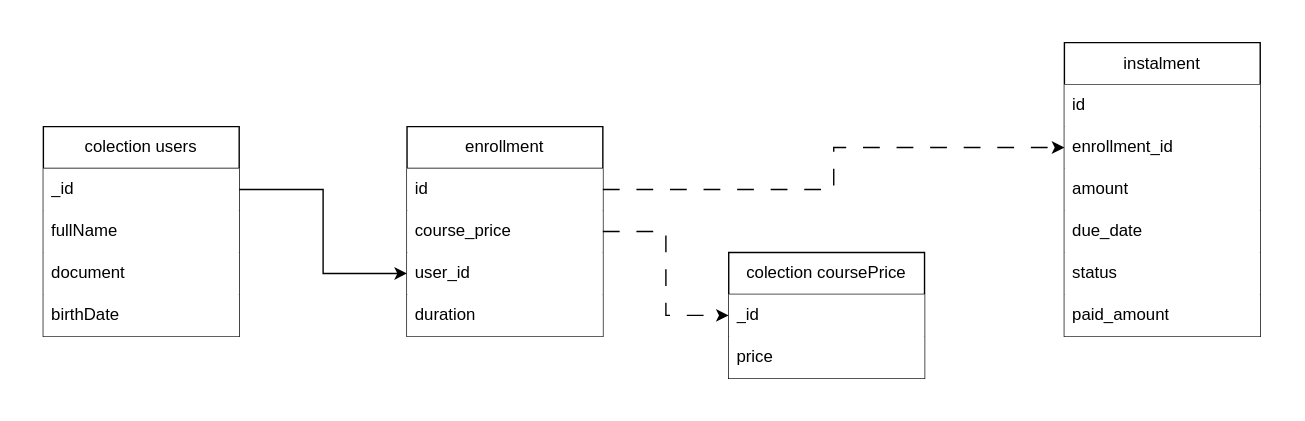
The draw.io diagram docs/er-diagram.svg in lucaselvieira/recruitment-backend-test, before a commit. Source tidied: cells renumbered, new cells last; positions are measured from the earlier drawing's top-left corner, leaving out a move shared by most shapes. The source it was exported from:
```xml
<mxGraphModel>
  <root>
    <mxCell id="0" />
    <mxCell id="1" parent="0" />
    <mxCell id="2" value="enrollment" style="swimlane;fontStyle=0;horizontal=1;startSize=30;whiteSpace=wrap;html=1;fillColor=default;" parent="1" vertex="1">
      <mxGeometry x="260" y="60" width="140" height="150" as="geometry" />
    </mxCell>
    <mxCell id="3" value="id" style="text;strokeColor=none;fillColor=default;align=left;verticalAlign=middle;spacingLeft=4;spacingRight=4;overflow=hidden;points=[[0,0.5],[1,0.5]];portConstraint=eastwest;whiteSpace=wrap;html=1;" parent="2" vertex="1">
      <mxGeometry y="30" width="140" height="30" as="geometry" />
    </mxCell>
    <mxCell id="4" value="course_price" style="text;strokeColor=none;fillColor=default;align=left;verticalAlign=middle;spacingLeft=4;spacingRight=4;overflow=hidden;points=[[0,0.5],[1,0.5]];portConstraint=eastwest;whiteSpace=wrap;html=1;" parent="2" vertex="1">
      <mxGeometry y="60" width="140" height="30" as="geometry" />
    </mxCell>
    <mxCell id="5" value="user_id" style="text;strokeColor=none;fillColor=default;align=left;verticalAlign=middle;spacingLeft=4;spacingRight=4;overflow=hidden;points=[[0,0.5],[1,0.5]];portConstraint=eastwest;whiteSpace=wrap;html=1;" parent="2" vertex="1">
      <mxGeometry y="90" width="140" height="30" as="geometry" />
    </mxCell>
    <mxCell id="6" value="duration" style="text;strokeColor=none;fillColor=default;align=left;verticalAlign=middle;spacingLeft=4;spacingRight=4;overflow=hidden;whiteSpace=wrap;html=1;" parent="2" vertex="1">
      <mxGeometry y="120" width="140" height="30" as="geometry" />
    </mxCell>
    <mxCell id="7" value="colection users" style="swimlane;fontStyle=0;horizontal=1;startSize=30;whiteSpace=wrap;html=1;fillColor=default;" parent="1" vertex="1">
      <mxGeometry y="60" width="140" height="150" as="geometry" />
    </mxCell>
    <mxCell id="8" value="_id" style="text;strokeColor=none;fillColor=default;align=left;verticalAlign=middle;spacingLeft=4;spacingRight=4;overflow=hidden;points=[[0,0.5],[1,0.5]];portConstraint=eastwest;whiteSpace=wrap;html=1;" parent="7" vertex="1">
      <mxGeometry y="30" width="140" height="30" as="geometry" />
    </mxCell>
    <mxCell id="9" value="fullN&lt;span style=&quot;background-color: transparent; color: light-dark(rgb(0, 0, 0), rgb(255, 255, 255));&quot;&gt;ame&lt;/span&gt;" style="text;strokeColor=none;fillColor=default;align=left;verticalAlign=middle;spacingLeft=4;spacingRight=4;overflow=hidden;whiteSpace=wrap;html=1;" parent="7" vertex="1">
      <mxGeometry y="60" width="140" height="30" as="geometry" />
    </mxCell>
    <mxCell id="10" value="document" style="text;strokeColor=none;fillColor=default;align=left;verticalAlign=middle;spacingLeft=4;spacingRight=4;overflow=hidden;whiteSpace=wrap;html=1;" parent="7" vertex="1">
      <mxGeometry y="90" width="140" height="30" as="geometry" />
    </mxCell>
    <mxCell id="11" value="birthDate" style="text;strokeColor=none;fillColor=default;align=left;verticalAlign=middle;spacingLeft=4;spacingRight=4;overflow=hidden;whiteSpace=wrap;html=1;" parent="7" vertex="1">
      <mxGeometry y="120" width="140" height="30" as="geometry" />
    </mxCell>
    <mxCell id="12" value="colection coursePrice" style="swimlane;fontStyle=0;horizontal=1;startSize=30;whiteSpace=wrap;html=1;fillColor=default;" parent="1" vertex="1">
      <mxGeometry x="490" y="150" width="140" height="90" as="geometry" />
    </mxCell>
    <mxCell id="13" value="_id" style="text;strokeColor=none;fillColor=default;align=left;verticalAlign=middle;spacingLeft=4;spacingRight=4;overflow=hidden;points=[[0,0.5],[1,0.5]];portConstraint=eastwest;whiteSpace=wrap;html=1;" parent="12" vertex="1">
      <mxGeometry y="30" width="140" height="30" as="geometry" />
    </mxCell>
    <mxCell id="14" value="price" style="text;strokeColor=none;fillColor=default;align=left;verticalAlign=middle;spacingLeft=4;spacingRight=4;overflow=hidden;whiteSpace=wrap;html=1;" parent="12" vertex="1">
      <mxGeometry y="60" width="140" height="30" as="geometry" />
    </mxCell>
    <mxCell id="15" style="edgeStyle=orthogonalEdgeStyle;rounded=0;jettySize=auto;html=1;" parent="1" edge="1" source="8" target="5">
      <mxGeometry relative="1" as="geometry" />
    </mxCell>
    <mxCell id="16" value="instalment" style="swimlane;fontStyle=0;horizontal=1;startSize=30;whiteSpace=wrap;html=1;fillColor=default;" parent="1" vertex="1">
      <mxGeometry x="730" width="140" height="210" as="geometry" />
    </mxCell>
    <mxCell id="17" value="id" style="text;strokeColor=none;fillColor=default;align=left;verticalAlign=middle;spacingLeft=4;spacingRight=4;overflow=hidden;whiteSpace=wrap;html=1;" parent="16" vertex="1">
      <mxGeometry y="30" width="140" height="30" as="geometry" />
    </mxCell>
    <mxCell id="18" value="enrollment_id" style="text;strokeColor=none;fillColor=default;align=left;verticalAlign=middle;spacingLeft=4;spacingRight=4;overflow=hidden;points=[[0,0.5],[1,0.5]];portConstraint=eastwest;whiteSpace=wrap;html=1;" parent="16" vertex="1">
      <mxGeometry y="60" width="140" height="30" as="geometry" />
    </mxCell>
    <mxCell id="19" value="amount" style="text;strokeColor=none;fillColor=default;align=left;verticalAlign=middle;spacingLeft=4;spacingRight=4;overflow=hidden;whiteSpace=wrap;html=1;" parent="16" vertex="1">
      <mxGeometry y="90" width="140" height="30" as="geometry" />
    </mxCell>
    <mxCell id="20" value="due_date" style="text;strokeColor=none;fillColor=default;align=left;verticalAlign=middle;spacingLeft=4;spacingRight=4;overflow=hidden;whiteSpace=wrap;html=1;" parent="16" vertex="1">
      <mxGeometry y="120" width="140" height="30" as="geometry" />
    </mxCell>
    <mxCell id="21" value="status" style="text;strokeColor=none;fillColor=default;align=left;verticalAlign=middle;spacingLeft=4;spacingRight=4;overflow=hidden;whiteSpace=wrap;html=1;" parent="16" vertex="1">
      <mxGeometry y="150" width="140" height="30" as="geometry" />
    </mxCell>
    <mxCell id="22" value="paid_amount" style="text;strokeColor=none;fillColor=default;align=left;verticalAlign=middle;spacingLeft=4;spacingRight=4;overflow=hidden;whiteSpace=wrap;html=1;" parent="16" vertex="1">
      <mxGeometry y="180" width="140" height="30" as="geometry" />
    </mxCell>
    <mxCell id="23" style="edgeStyle=orthogonalEdgeStyle;rounded=0;jettySize=auto;html=1;entryX=0;entryY=0.5;entryDx=0;entryDy=0;dashed=1;dashPattern=12 12;" parent="1" edge="1" source="3" target="18">
      <mxGeometry relative="1" as="geometry" />
    </mxCell>
    <mxCell id="24" style="edgeStyle=orthogonalEdgeStyle;rounded=0;jettySize=auto;html=1;entryX=0;entryY=0.5;entryDx=0;entryDy=0;dashed=1;dashPattern=12 12;" parent="1" edge="1" source="4" target="13">
      <mxGeometry relative="1" as="geometry" />
    </mxCell>
  </root>
</mxGraphModel>
```
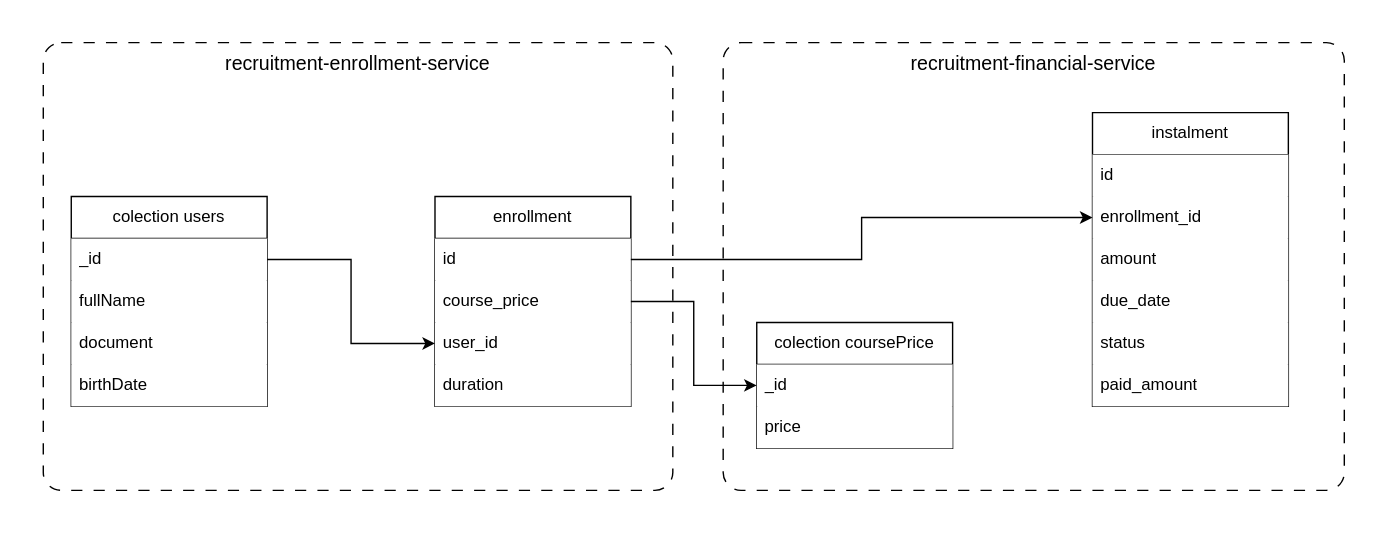
The same file after the commit.

What changed in the source:
```diff
@@ -2,6 +2,12 @@
   <root>
     <mxCell id="0" />
     <mxCell id="1" parent="0" />
+    <mxCell id="25" value="recruitment-enrollment-service" style="rounded=1;whiteSpace=wrap;html=1;arcSize=4;verticalAlign=top;fontSize=14;dashed=1;dashPattern=8 8;" parent="1" vertex="1">
+      <mxGeometry x="-20" y="-50" width="450" height="320" as="geometry" />
+    </mxCell>
+    <mxCell id="26" value="recruitment-financial-service" style="rounded=1;whiteSpace=wrap;html=1;arcSize=4;verticalAlign=top;fontSize=14;dashed=1;dashPattern=8 8;" parent="1" vertex="1">
+      <mxGeometry x="466" y="-50" width="444" height="320" as="geometry" />
+    </mxCell>
     <mxCell id="2" value="enrollment" style="swimlane;fontStyle=0;horizontal=1;startSize=30;whiteSpace=wrap;html=1;fillColor=default;" parent="1" vertex="1">
       <mxGeometry x="260" y="60" width="140" height="150" as="geometry" />
     </mxCell>
@@ -65,10 +71,10 @@
     <mxCell id="22" value="paid_amount" style="text;strokeColor=none;fillColor=default;align=left;verticalAlign=middle;spacingLeft=4;spacingRight=4;overflow=hidden;whiteSpace=wrap;html=1;" parent="16" vertex="1">
       <mxGeometry y="180" width="140" height="30" as="geometry" />
     </mxCell>
-    <mxCell id="23" style="edgeStyle=orthogonalEdgeStyle;rounded=0;jettySize=auto;html=1;entryX=0;entryY=0.5;entryDx=0;entryDy=0;dashed=1;dashPattern=12 12;" parent="1" edge="1" source="3" target="18">
+    <mxCell id="23" style="edgeStyle=orthogonalEdgeStyle;rounded=0;jettySize=auto;html=1;entryX=0;entryY=0.5;entryDx=0;entryDy=0;" parent="1" edge="1" source="3" target="18">
       <mxGeometry relative="1" as="geometry" />
     </mxCell>
-    <mxCell id="24" style="edgeStyle=orthogonalEdgeStyle;rounded=0;jettySize=auto;html=1;entryX=0;entryY=0.5;entryDx=0;entryDy=0;dashed=1;dashPattern=12 12;" parent="1" edge="1" source="4" target="13">
+    <mxCell id="24" style="edgeStyle=orthogonalEdgeStyle;rounded=0;jettySize=auto;html=1;entryX=0;entryY=0.5;entryDx=0;entryDy=0;" parent="1" edge="1" source="4" target="13">
       <mxGeometry relative="1" as="geometry" />
     </mxCell>
   </root>
```
